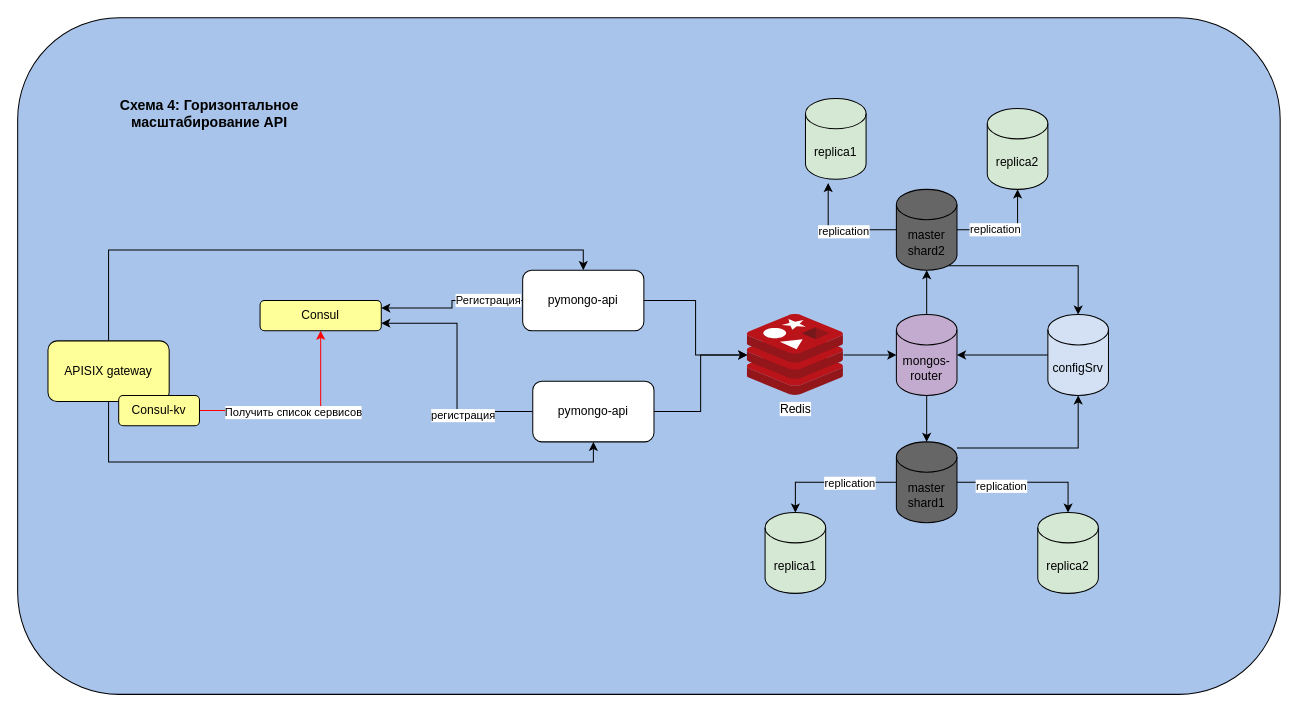
Before: diagrams/task4_gate.drawio in dftyni/architecture-mesto, a draw.io diagram. Source tidied: cells renumbered, new cells numbered last; positions are measured from the earlier drawing's top-left corner, leaving out a move shared by most shapes. Both pictures are drawn from the tidied source at 101%, with x=0, y=0 at pixel (17, 17).
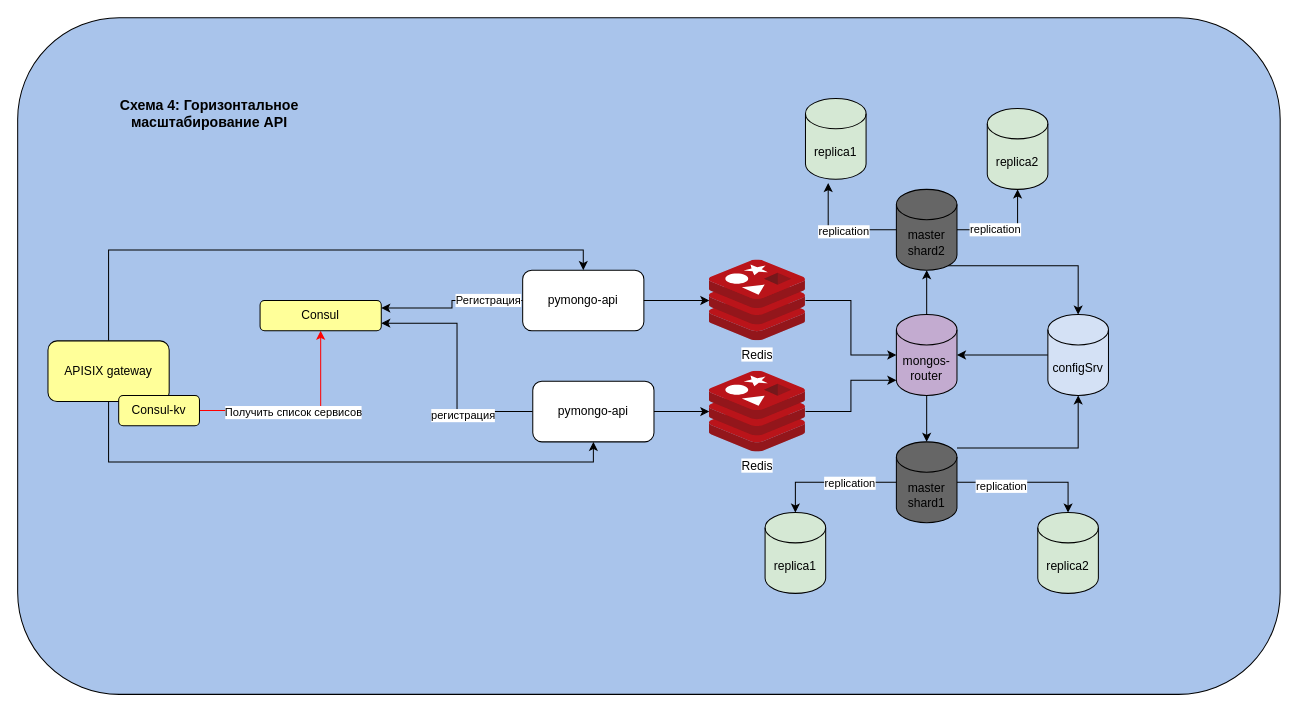
Above is the later version.

Unchanged cells that the change refers to:
```xml
<mxCell id="9" value="mongos-router" style="shape=cylinder3;whiteSpace=wrap;html=1;boundedLbl=1;backgroundOutline=1;size=15;fillColor=#C3ABD0;" parent="1" vertex="1">
  <mxGeometry x="870" y="294" width="60" height="80" as="geometry" />
</mxCell>
<mxCell id="32" value="pymongo-api" style="rounded=1;whiteSpace=wrap;html=1;" parent="1" vertex="1">
  <mxGeometry x="510" y="360" width="120" height="60" as="geometry" />
</mxCell>
```

Change to the diagram source:
```diff
@@
     <mxCell id="28" value="Redis" style="image;sketch=0;html=1;points=[];align=center;fontSize=12;image=img/lib/mscae/Cache_Redis_Product.svg;" parent="1" vertex="1">
-      <mxGeometry x="722.4" y="294" width="95.2" height="80" as="geometry" />
+      <mxGeometry x="684.8" y="240" width="95.2" height="80" as="geometry" />
     </mxCell>
-    <mxCell id="29" style="edgeStyle=orthogonalEdgeStyle;rounded=0;jettySize=auto;html=1;" parent="1" edge="1" source="32" target="28">
-      <mxGeometry relative="1" as="geometry" />
-    </mxCell>
@@
+    <mxCell id="42" style="edgeStyle=orthogonalEdgeStyle;rounded=0;jettySize=auto;html=1;" parent="1" edge="1" source="32" target="43">
+      <mxGeometry relative="1" as="geometry" />
+    </mxCell>
+    <mxCell id="43" value="Redis" style="image;sketch=0;html=1;points=[];align=center;fontSize=12;image=img/lib/mscae/Cache_Redis_Product.svg;" parent="1" vertex="1">
+      <mxGeometry x="684.8" y="350" width="95.2" height="80" as="geometry" />
+    </mxCell>
+    <mxCell id="44" style="edgeStyle=orthogonalEdgeStyle;rounded=0;jettySize=auto;html=1;entryX=0;entryY=1;entryDx=0;entryDy=-15;entryPerimeter=0;" parent="1" edge="1" source="43" target="9">
+      <mxGeometry relative="1" as="geometry" />
+    </mxCell>
```
